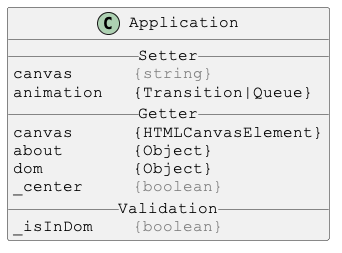
This is docs/PlantUml/image/Application.png from Justin-Byrne/canvasLab, a PlantUML export, as it was before one commit.
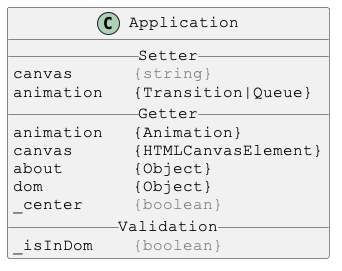
The same file after the commit.

The edit, as a diff of the source:
```diff
@@ -8,6 +8,7 @@
 canvas      <color:gray>{string}</color>
 animation   {Transition|Queue}
 __ Getter __
+animation   {Animation}
 canvas      {HTMLCanvasElement}
 about       {Object}
 dom         {Object}
```
